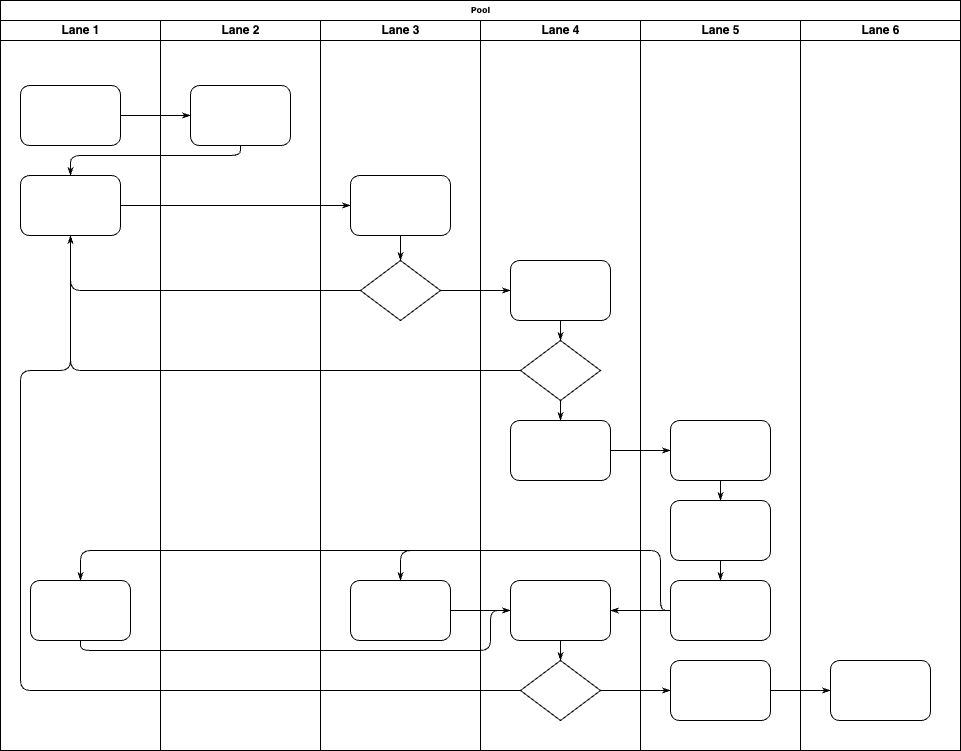
The draw.io diagram ds-ms-0.drawio.png in JsZero/drawio, before a commit. Source tidied: cells renumbered, new cells last; positions are measured from the earlier drawing's top-left corner, leaving out a move shared by most shapes.
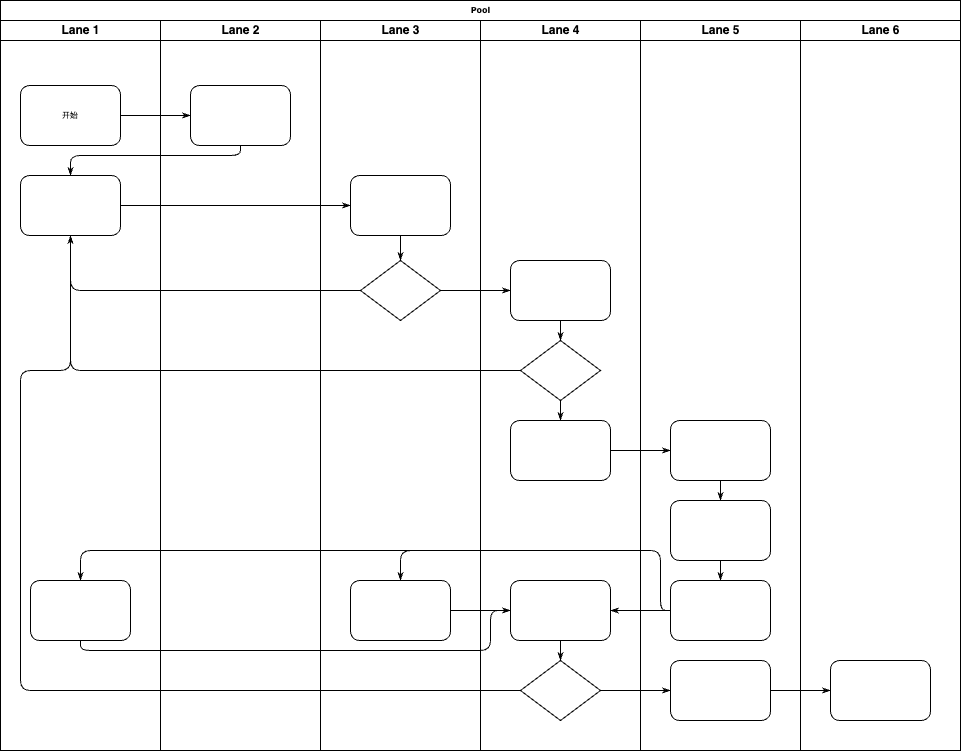
After the change.

Diff of the diagram source:
```diff
@@ -8,7 +8,7 @@
     <mxCell id="3" value="Lane 1" style="swimlane;html=1;startSize=20;" parent="2" vertex="1">
       <mxGeometry y="20" width="160" height="730" as="geometry" />
     </mxCell>
-    <mxCell id="4" style="rounded=1;whiteSpace=wrap;html=1;shadow=0;labelBackgroundColor=none;strokeWidth=1;fontFamily=Verdana;fontSize=8;align=center;" parent="3" vertex="1">
+    <mxCell id="4" value="开始" style="rounded=1;whiteSpace=wrap;html=1;shadow=0;labelBackgroundColor=none;strokeWidth=1;fontFamily=Verdana;fontSize=8;align=center;" parent="3" vertex="1">
       <mxGeometry x="20" y="65" width="100" height="60" as="geometry" />
     </mxCell>
     <mxCell id="5" style="rounded=1;whiteSpace=wrap;html=1;shadow=0;labelBackgroundColor=none;strokeWidth=1;fontFamily=Verdana;fontSize=8;align=center;" parent="3" vertex="1">
```
